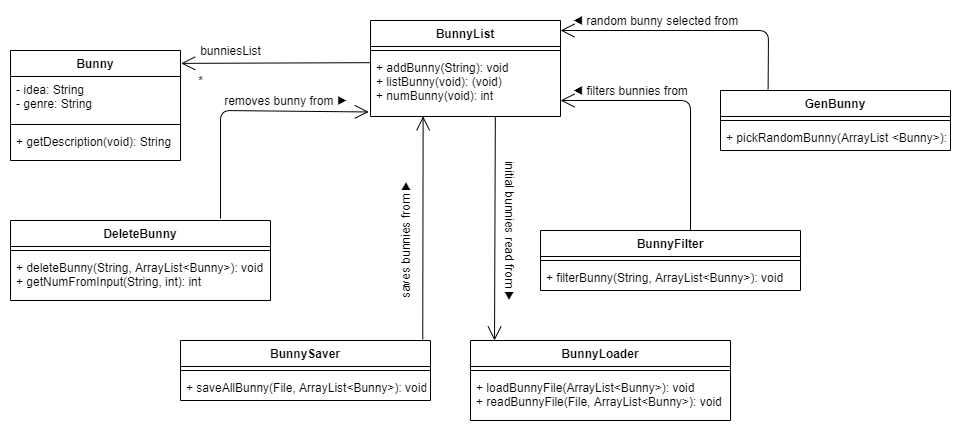
The draw.io diagram docs/graphics/diagrams/Class_diagram_bunny.png in nus-cs2113-AY2021S1/tp, before a commit. Source tidied: cells renumbered, new cells last; positions are measured from the earlier drawing's top-left corner, leaving out a move shared by most shapes.
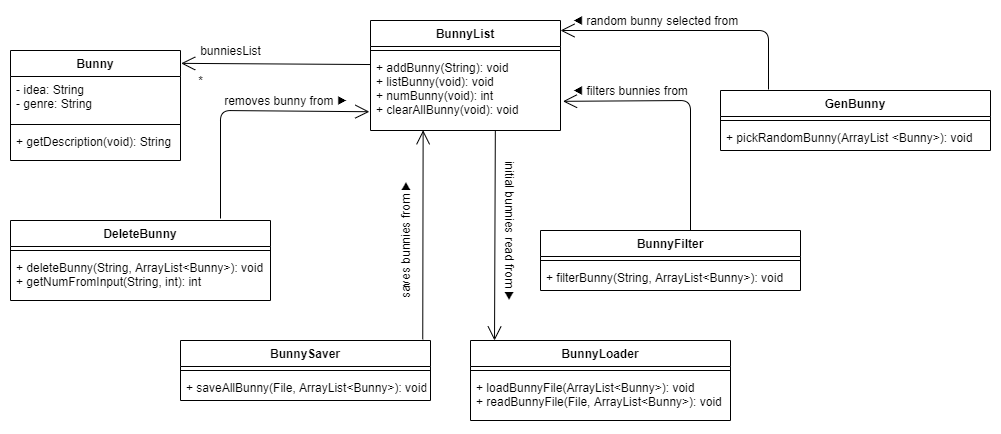
Later version of the same file.

Commit message:
Bunny class DG update

Change to the diagram source:
```diff
@@ -24,18 +24,18 @@
       <mxGeometry y="78" width="170" height="32" as="geometry" />
     </mxCell>
     <mxCell id="9" value="BunnyList" style="swimlane;fontStyle=1;align=center;verticalAlign=top;horizontal=1;startSize=26;" parent="1" vertex="1">
-      <mxGeometry x="360" y="10" width="190" height="96" as="geometry" />
+      <mxGeometry x="360" y="10" width="190" height="110" as="geometry" />
     </mxCell>
     <mxCell id="10" style="line;strokeWidth=1;fillColor=none;align=left;verticalAlign=middle;spacingTop=-1;spacingLeft=3;spacingRight=3;labelPosition=right;" parent="9" vertex="1">
       <mxGeometry y="26" width="190" height="8" as="geometry" />
     </mxCell>
-    <mxCell id="11" value="+ addBunny(String): void&#10;+ listBunny(void): (void)&#10;+ numBunny(void): int" style="text;strokeColor=none;fillColor=none;align=left;verticalAlign=top;spacingLeft=4;spacingRight=4;overflow=hidden;points=[[0,0.5],[1,0.5]];portConstraint=eastwest;" parent="9" vertex="1">
-      <mxGeometry y="34" width="190" height="62" as="geometry" />
+    <mxCell id="11" value="+ addBunny(String): void&#10;+ listBunny(void): void&#10;+ numBunny(void): int&#10;+ clearAllBunny(void): void" style="text;strokeColor=none;fillColor=none;align=left;verticalAlign=top;spacingLeft=4;spacingRight=4;overflow=hidden;points=[[0,0.5],[1,0.5]];portConstraint=eastwest;" parent="9" vertex="1">
+      <mxGeometry y="34" width="190" height="76" as="geometry" />
     </mxCell>
     <mxCell id="12" style="endArrow=open;endFill=1;endSize=12;html=1;entryX=1.004;entryY=0.117;entryDx=0;entryDy=0;entryPerimeter=0;exitX=-0.002;exitY=0.132;exitDx=0;exitDy=0;exitPerimeter=0;" parent="1" edge="1" source="11" target="5">
       <mxGeometry relative="1" as="geometry" />
     </mxCell>
-    <mxCell id="13" style="endArrow=open;endFill=1;endSize=12;html=1;entryX=1;entryY=0.742;entryDx=0;entryDy=0;entryPerimeter=0;" parent="1" edge="1" target="11">
+    <mxCell id="13" style="endArrow=open;endFill=1;endSize=12;html=1;entryX=1.013;entryY=0.616;entryDx=0;entryDy=0;entryPerimeter=0;" parent="1" edge="1" target="11">
       <mxGeometry relative="1" as="geometry">
         <mxPoint x="680" y="220" as="sourcePoint" />
         <Array as="points">
@@ -43,7 +43,7 @@
         </Array>
       </mxGeometry>
     </mxCell>
-    <mxCell id="14" style="endArrow=open;endFill=1;endSize=12;html=1;entryX=-0.009;entryY=0.927;entryDx=0;entryDy=0;entryPerimeter=0;" parent="1" edge="1" target="11">
+    <mxCell id="14" style="endArrow=open;endFill=1;endSize=12;html=1;entryX=-0.006;entryY=0.753;entryDx=0;entryDy=0;entryPerimeter=0;" parent="1" edge="1" target="11">
       <mxGeometry relative="1" as="geometry">
         <mxPoint x="210" y="208" as="sourcePoint" />
         <Array as="points">
@@ -87,16 +87,17 @@
       <mxGeometry relative="1" as="geometry" />
     </mxCell>
     <mxCell id="26" value="GenBunny" style="swimlane;fontStyle=1;align=center;verticalAlign=top;horizontal=1;startSize=26;" parent="1" vertex="1">
-      <mxGeometry x="710" y="80" width="230" height="60" as="geometry" />
+      <mxGeometry x="710" y="80" width="270" height="60" as="geometry" />
     </mxCell>
     <mxCell id="27" style="line;strokeWidth=1;fillColor=none;align=left;verticalAlign=middle;spacingTop=-1;spacingLeft=3;spacingRight=3;labelPosition=right;" parent="26" vertex="1">
-      <mxGeometry y="26" width="230" height="8" as="geometry" />
+      <mxGeometry y="26" width="270" height="8" as="geometry" />
     </mxCell>
     <mxCell id="28" value="+ pickRandomBunny(ArrayList &lt;Bunny&gt;): void " style="text;strokeColor=none;fillColor=none;align=left;verticalAlign=top;spacingLeft=4;spacingRight=4;overflow=hidden;" parent="26" vertex="1">
-      <mxGeometry y="34" width="230" height="26" as="geometry" />
+      <mxGeometry y="34" width="270" height="26" as="geometry" />
     </mxCell>
-    <mxCell id="29" style="endArrow=open;endFill=1;endSize=12;html=1;exitX=0.207;exitY=-0.019;exitDx=0;exitDy=0;exitPerimeter=0;" parent="1" edge="1" source="26">
+    <mxCell id="29" style="endArrow=open;endFill=1;endSize=12;html=1;" parent="1" edge="1">
       <mxGeometry relative="1" as="geometry">
+        <mxPoint x="758" y="79" as="sourcePoint" />
         <mxPoint x="550" y="20" as="targetPoint" />
         <Array as="points">
           <mxPoint x="758" y="20" />
```
